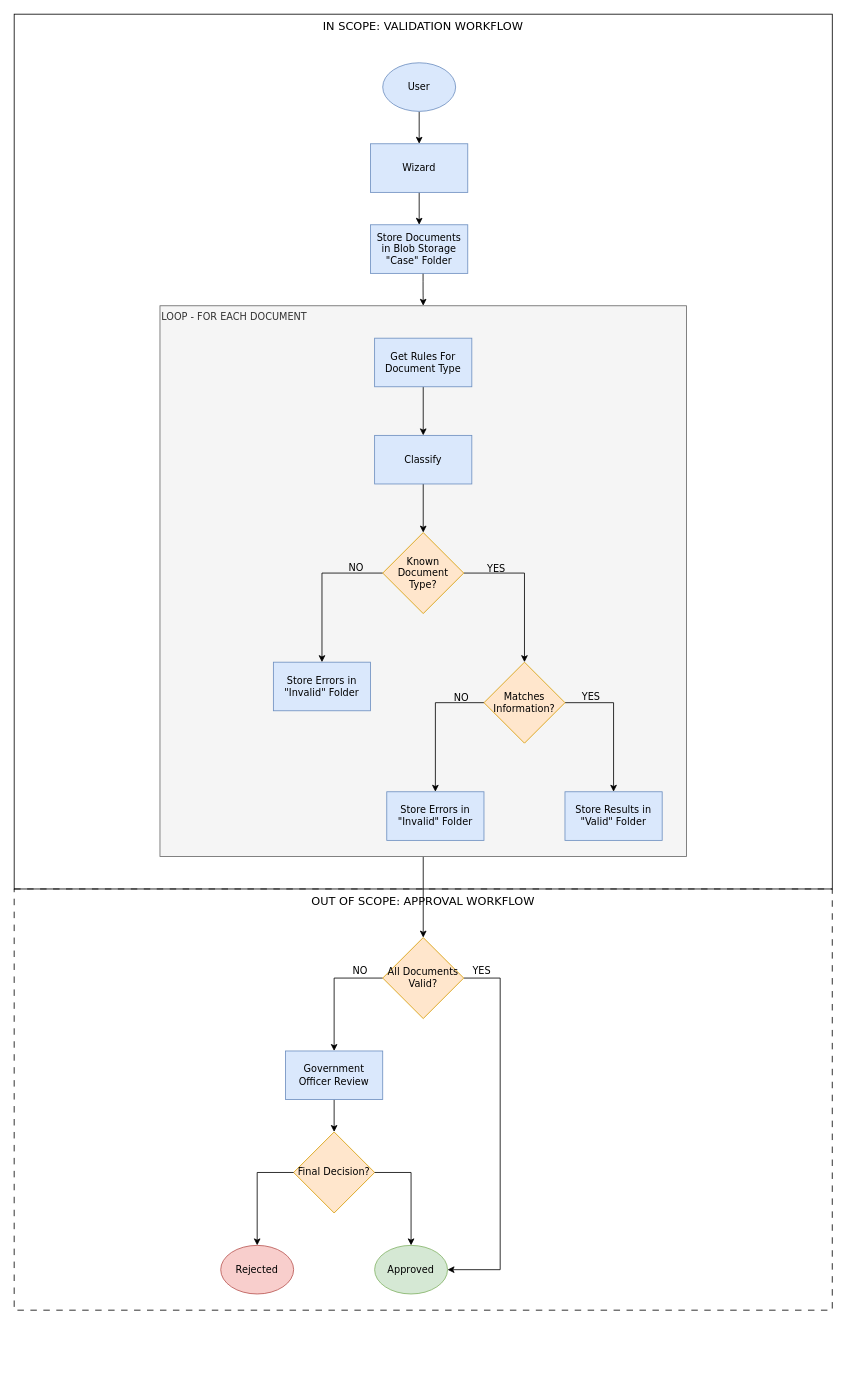
user11081980/temp keeps this draw.io diagram as page "CFSE. Wave 9 and 10. Flow Diagram" (14 of 15) of AI.drawio. Above is the earlier version. Source tidied: cells renumbered, new cells numbered last; positions are measured from the earlier drawing's top-left corner, leaving out a move shared by most shapes. Both pictures are drawn from the tidied source at 81%, with x=0, y=0 at pixel (14, 14).
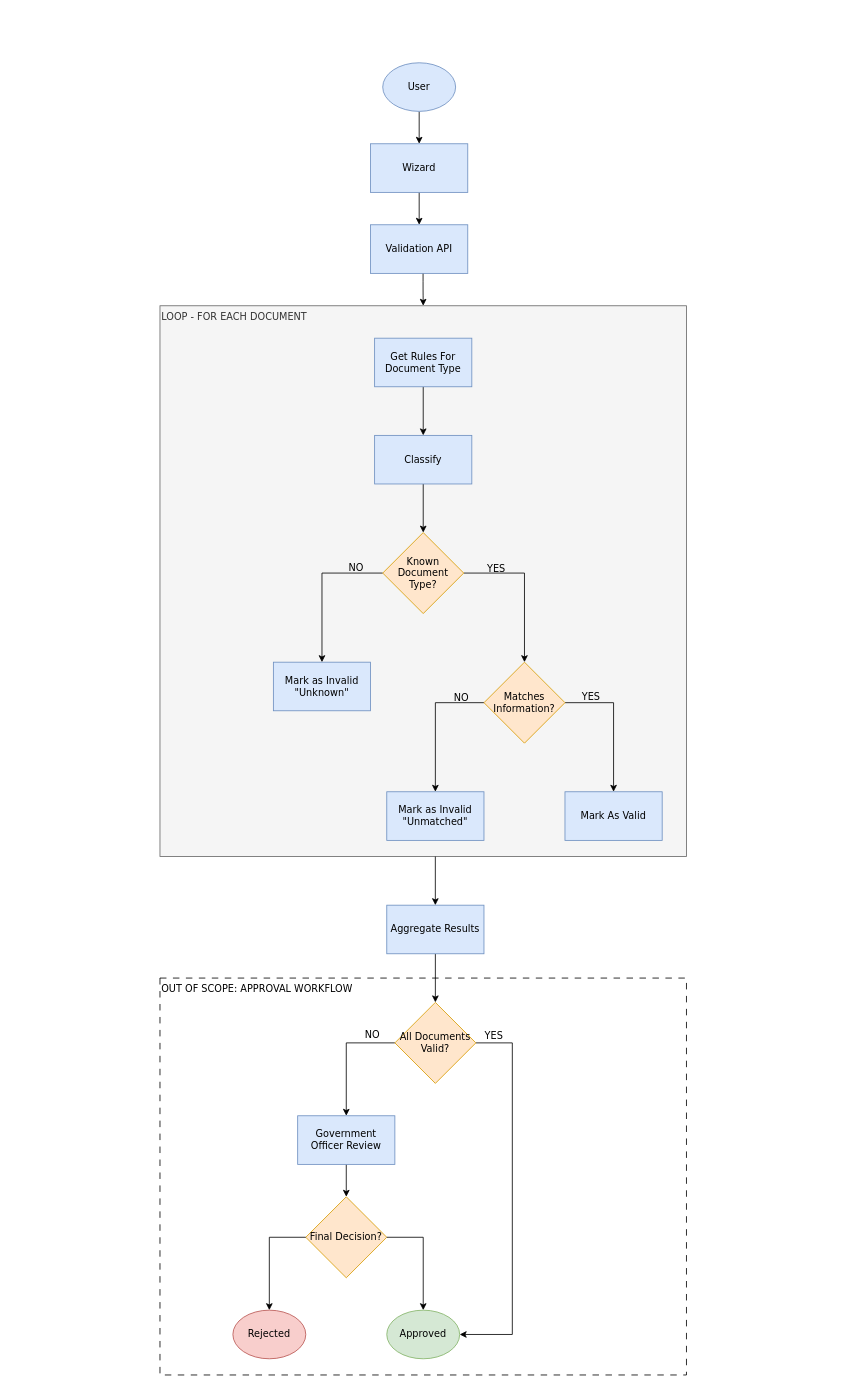
After the change.

Unchanged cells that the change refers to:
```xml
<mxCell id="5" value="LOOP - FOR EACH DOCUMENT" style="rounded=0;whiteSpace=wrap;html=1;fillColor=#f5f5f5;verticalAlign=top;align=left;strokeColor=#666666;fontFamily=Verdana;fontSize=12;fontColor=#333333;" parent="1" vertex="1">
  <mxGeometry x="180" y="360" width="650" height="680" as="geometry" />
</mxCell>
```

The edit, as a diff of the source:
```diff
@@
-    <mxCell id="2" value="&lt;font style=&quot;font-size: 14px;&quot;&gt;OUT OF SCOPE: APPROVAL WORKFLOW&lt;/font&gt;" style="rounded=0;whiteSpace=wrap;html=1;fontFamily=Verdana;fillColor=none;dashed=1;dashPattern=8 8;align=center;verticalAlign=top;" parent="1" vertex="1">
-      <mxGeometry y="1080" width="1010" height="520" as="geometry" />
+    <mxCell id="2" value="&lt;font&gt;OUT OF SCOPE: APPROVAL WORKFLOW&lt;/font&gt;" style="rounded=0;whiteSpace=wrap;html=1;fontFamily=Verdana;fillColor=none;dashed=1;dashPattern=8 8;align=left;verticalAlign=top;" parent="1" vertex="1">
+      <mxGeometry x="180" y="1190" width="650" height="490" as="geometry" />
     </mxCell>
-    <mxCell id="3" value="&lt;font style=&quot;font-size: 14px;&quot;&gt;IN SCOPE: VALIDATION WORKFLOW&lt;/font&gt;" style="rounded=0;whiteSpace=wrap;html=1;fontFamily=Verdana;fillColor=none;align=center;verticalAlign=top;" parent="1" vertex="1">
-      <mxGeometry width="1010" height="1080" as="geometry" />
-    </mxCell>
-    <mxCell id="4" style="edgeStyle=orthogonalEdgeStyle;html=1;exitX=0.5;exitY=1;exitDx=0;exitDy=0;entryX=0.5;entryY=0;entryDx=0;entryDy=0;fontFamily=Verdana;" parent="1" edge="1" source="5" target="32">
-      <mxGeometry relative="1" as="geometry" />
-    </mxCell>
@@
-    <mxCell id="8" value="&lt;div&gt;Store Documents in Blob Storage&lt;/div&gt;&lt;div&gt;&quot;Case&quot; Folder&lt;/div&gt;" style="rounded=0;whiteSpace=wrap;html=1;fillColor=#dae8fc;strokeColor=#6c8ebf;fontFamily=Verdana;fontSize=12;" parent="1" vertex="1">
+    <mxCell id="8" value="&lt;div&gt;Validation API&lt;/div&gt;" style="rounded=0;whiteSpace=wrap;html=1;fillColor=#dae8fc;strokeColor=#6c8ebf;fontFamily=Verdana;fontSize=12;" parent="1" vertex="1">
       <mxGeometry x="440" y="260" width="120" height="60" as="geometry" />
     </mxCell>
@@
-    <mxCell id="13" value="Store Errors in &quot;Invalid&quot; Folder" style="rounded=0;whiteSpace=wrap;html=1;fillColor=#dae8fc;strokeColor=#6c8ebf;fontFamily=Verdana;fontSize=12;" parent="1" vertex="1">
+    <mxCell id="13" value="Mark as Invalid&lt;div&gt;&quot;Unknown&quot;&lt;/div&gt;" style="rounded=0;whiteSpace=wrap;html=1;fillColor=#dae8fc;strokeColor=#6c8ebf;fontFamily=Verdana;fontSize=12;" parent="1" vertex="1">
       <mxGeometry x="320" y="800" width="120" height="60" as="geometry" />
     </mxCell>
@@
-    <mxCell id="16" value="Store Errors in &quot;Invalid&quot; Folder" style="rounded=0;whiteSpace=wrap;html=1;fillColor=#dae8fc;strokeColor=#6c8ebf;fontFamily=Verdana;fontSize=12;" parent="1" vertex="1">
+    <mxCell id="16" value="Mark as Invalid&lt;div&gt;&quot;Unmatched&quot;&lt;/div&gt;" style="rounded=0;whiteSpace=wrap;html=1;fillColor=#dae8fc;strokeColor=#6c8ebf;fontFamily=Verdana;fontSize=12;" parent="1" vertex="1">
       <mxGeometry x="460" y="960" width="120" height="60" as="geometry" />
     </mxCell>
@@
-    <mxCell id="19" value="Store Results in &quot;Valid&quot; Folder" style="rounded=0;whiteSpace=wrap;html=1;fillColor=#dae8fc;strokeColor=#6c8ebf;fontFamily=Verdana;fontSize=12;" parent="1" vertex="1">
+    <mxCell id="19" value="Mark As Valid" style="rounded=0;whiteSpace=wrap;html=1;fillColor=#dae8fc;strokeColor=#6c8ebf;fontFamily=Verdana;fontSize=12;" parent="1" vertex="1">
       <mxGeometry x="680" y="960" width="120" height="60" as="geometry" />
     </mxCell>
@@
     <mxCell id="29" value="Government Officer Review" style="rounded=0;whiteSpace=wrap;html=1;fillColor=#dae8fc;strokeColor=#6c8ebf;fontFamily=Verdana;fontSize=12;" parent="1" vertex="1">
-      <mxGeometry x="335" y="1280" width="120" height="60" as="geometry" />
+      <mxGeometry x="350" y="1360" width="120" height="60" as="geometry" />
     </mxCell>
     <mxCell id="30" style="edgeStyle=orthogonalEdgeStyle;html=1;entryX=1;entryY=0.5;entryDx=0;entryDy=0;fontFamily=Verdana;rounded=0;curved=0;exitX=1;exitY=0.5;exitDx=0;exitDy=0;" parent="1" edge="1" source="32" target="39">
       <mxGeometry relative="1" as="geometry">
         <Array as="points">
-          <mxPoint x="600" y="1190" />
-          <mxPoint x="600" y="1550" />
+          <mxPoint x="615" y="1270" />
+          <mxPoint x="615" y="1630" />
         </Array>
       </mxGeometry>
     </mxCell>
@@
     <mxCell id="32" value="All Documents Valid?" style="rhombus;whiteSpace=wrap;html=1;fillColor=#ffe6cc;strokeColor=#d79b00;fontFamily=Verdana;fontSize=12;" parent="1" vertex="1">
-      <mxGeometry x="455" y="1140" width="100" height="100" as="geometry" />
+      <mxGeometry x="470" y="1220" width="100" height="100" as="geometry" />
     </mxCell>
     <mxCell id="33" value="Final Decision?" style="rhombus;whiteSpace=wrap;html=1;fillColor=#ffe6cc;strokeColor=#d79b00;fontFamily=Verdana;fontSize=12;" parent="1" vertex="1">
-      <mxGeometry x="345" y="1380" width="100" height="100" as="geometry" />
+      <mxGeometry x="360" y="1460" width="100" height="100" as="geometry" />
     </mxCell>
@@
     <mxCell id="39" value="Approved" style="ellipse;whiteSpace=wrap;html=1;fontFamily=Verdana;fillColor=#d5e8d4;strokeColor=#82b366;" parent="1" vertex="1">
-      <mxGeometry x="445" y="1520" width="90" height="60" as="geometry" />
+      <mxGeometry x="460" y="1600" width="90" height="60" as="geometry" />
     </mxCell>
     <mxCell id="40" value="Rejected" style="ellipse;whiteSpace=wrap;html=1;fontFamily=Verdana;fillColor=#f8cecc;strokeColor=#b85450;" parent="1" vertex="1">
-      <mxGeometry x="255" y="1520" width="90" height="60" as="geometry" />
+      <mxGeometry x="270" y="1600" width="90" height="60" as="geometry" />
     </mxCell>
+    <mxCell id="41" style="edgeStyle=orthogonalEdgeStyle;html=1;entryX=0.5;entryY=0;entryDx=0;entryDy=0;fontFamily=Verdana;" parent="1" edge="1" source="42" target="32">
+      <mxGeometry relative="1" as="geometry" />
+    </mxCell>
+    <mxCell id="42" value="Aggregate Results" style="rounded=0;whiteSpace=wrap;html=1;fillColor=#dae8fc;strokeColor=#6c8ebf;fontFamily=Verdana;fontSize=12;" parent="1" vertex="1">
+      <mxGeometry x="460" y="1100" width="120" height="60" as="geometry" />
+    </mxCell>
+    <mxCell id="43" style="edgeStyle=orthogonalEdgeStyle;html=1;fontFamily=Verdana;exitX=0.523;exitY=1;exitDx=0;exitDy=0;exitPerimeter=0;" parent="1" edge="1" source="5" target="42">
+      <mxGeometry relative="1" as="geometry" />
+    </mxCell>
```
